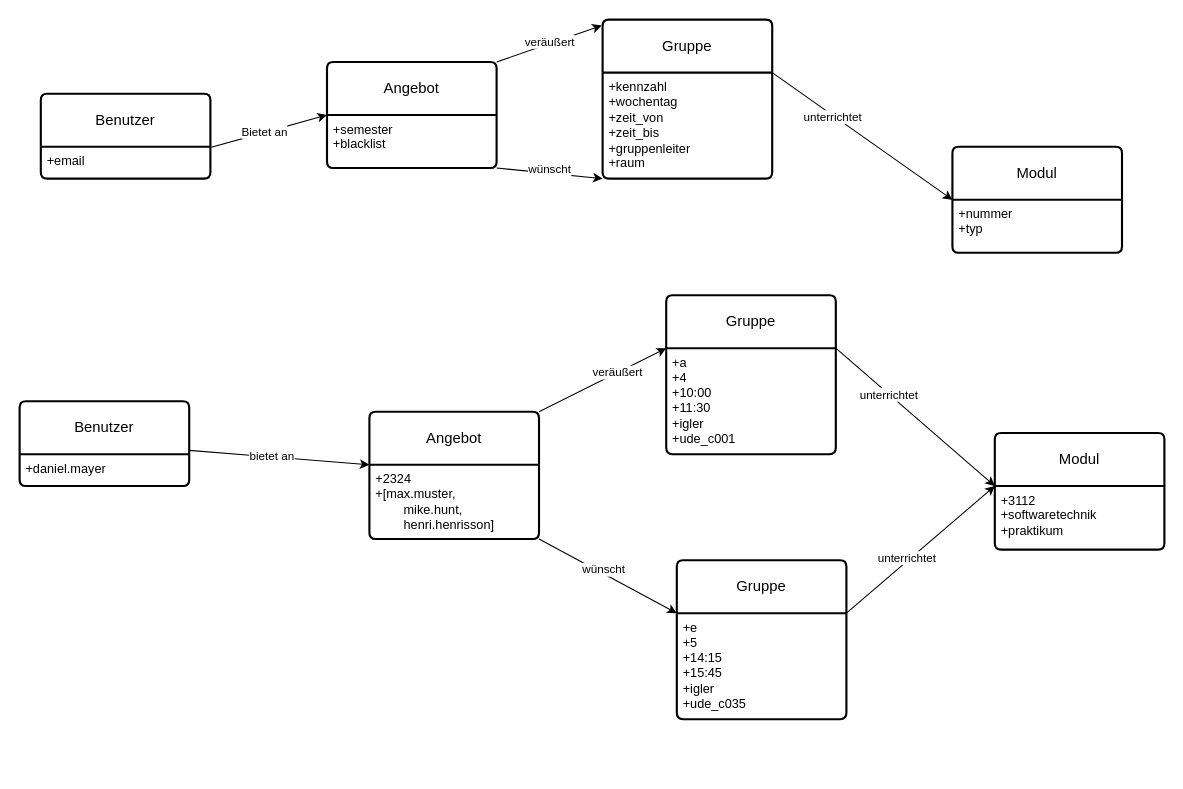
Jacinto-S/VeranstaltungsTauschboerse keeps this draw.io diagram as page "Datengraph" (3 of 6) of design/Designidee.drawio. Above is the earlier version. Source tidied: cells renumbered, new cells numbered last; positions are measured from the earlier drawing's top-left corner, leaving out a move shared by most shapes. Both pictures are drawn from the tidied source at 106%, with x=0, y=0 at pixel (19, 19).
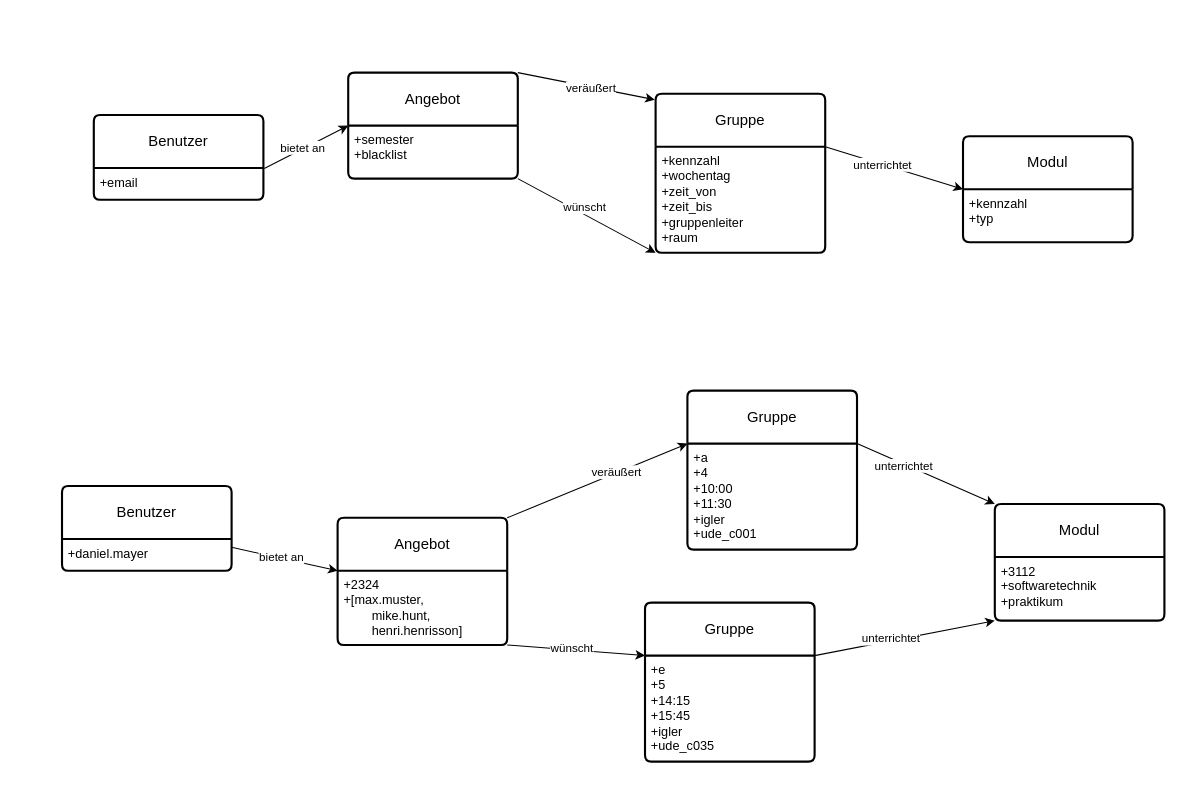
The same diagram, later.

The change refers to these unchanged cells:
```xml
<mxCell id="2" style="rounded=0;jettySize=auto;html=1;entryX=0;entryY=0.5;entryDx=0;entryDy=0;exitX=1.005;exitY=0.631;exitDx=0;exitDy=0;exitPerimeter=0;" parent="1" edge="1" source="4" target="9">
  <mxGeometry relative="1" as="geometry" />
</mxCell>
<mxCell id="7" value="&lt;div&gt;+kennzahl&lt;/div&gt;&lt;div&gt;+wochentag&lt;br&gt;&lt;/div&gt;&lt;div&gt;+zeit_von&lt;/div&gt;&lt;div&gt;+zeit_bis&lt;br&gt;&lt;/div&gt;&lt;div&gt;+gruppenleiter&lt;/div&gt;&lt;div&gt;+raum&lt;br&gt;&lt;/div&gt;" style="align=left;strokeColor=none;fillColor=none;spacingLeft=4;fontSize=12;verticalAlign=top;html=1;" parent="6" vertex="1">
  <mxGeometry y="50" width="160" height="100" as="geometry" />
</mxCell>
<mxCell id="23" value="&lt;div&gt;+a&lt;/div&gt;&lt;div&gt;+4&lt;br&gt;&lt;/div&gt;&lt;div&gt;+10:00&lt;/div&gt;&lt;div&gt;+11:30&lt;br&gt;&lt;/div&gt;&lt;div&gt;+igler&lt;/div&gt;&lt;div&gt;+ude_c001&lt;br&gt;&lt;/div&gt;" style="align=left;strokeColor=none;fillColor=none;spacingLeft=4;fontSize=12;verticalAlign=top;html=1;" parent="22" vertex="1">
  <mxGeometry y="50" width="160" height="100" as="geometry" />
</mxCell>
<mxCell id="32" value="&lt;div&gt;+3112&lt;/div&gt;&lt;div&gt;+softwaretechnik&lt;br&gt;&lt;/div&gt;&lt;div&gt;+praktikum&lt;/div&gt;" style="align=left;strokeColor=none;fillColor=none;spacingLeft=4;fontSize=12;verticalAlign=top;html=1;" parent="31" vertex="1">
  <mxGeometry y="50" width="160" height="60" as="geometry" />
</mxCell>
<mxCell id="37" value="&lt;div&gt;+e&lt;/div&gt;&lt;div&gt;+5&lt;/div&gt;&lt;div&gt;+14:15&lt;/div&gt;&lt;div&gt;+15:45&lt;br&gt;&lt;/div&gt;&lt;div&gt;+igler&lt;/div&gt;&lt;div&gt;+ude_c035&lt;br&gt;&lt;/div&gt;" style="align=left;strokeColor=none;fillColor=none;spacingLeft=4;fontSize=12;verticalAlign=top;html=1;" parent="36" vertex="1">
  <mxGeometry y="50" width="160" height="100" as="geometry" />
</mxCell>
```

What changed in the source:
```diff
@@
-    <mxCell id="3" value="Bietet an" style="edgeLabel;html=1;align=center;verticalAlign=middle;" parent="2" vertex="1">
+    <mxCell id="3" value="bietet an" style="edgeLabel;html=1;align=center;verticalAlign=middle;" parent="2" vertex="1">
       <mxGeometry x="-0.08" y="1" relative="1" as="geometry" />
     </mxCell>
     <mxCell id="4" value="Benutzer" style="swimlane;horizontal=1;startSize=50;rounded=1;fontSize=14;fontStyle=0;strokeWidth=2;shadow=0;dashed=0;align=center;arcSize=4;whiteSpace=wrap;html=1;" parent="1" vertex="1">
-      <mxGeometry x="20" y="70" width="160" height="80" as="geometry" />
+      <mxGeometry x="70" y="90" width="160" height="80" as="geometry" />
     </mxCell>
@@
     <mxCell id="6" value="Gruppe" style="swimlane;horizontal=1;startSize=50;rounded=1;fontSize=14;fontStyle=0;strokeWidth=2;shadow=0;dashed=0;align=center;arcSize=4;whiteSpace=wrap;html=1;" parent="1" vertex="1">
-      <mxGeometry x="550" width="160" height="150" as="geometry" />
+      <mxGeometry x="600" y="70" width="160" height="150" as="geometry" />
     </mxCell>
@@
     <mxCell id="9" value="Angebot" style="swimlane;horizontal=1;startSize=50;rounded=1;fontSize=14;fontStyle=0;strokeWidth=2;shadow=0;dashed=0;align=center;arcSize=4;whiteSpace=wrap;html=1;" parent="1" vertex="1">
-      <mxGeometry x="290" y="40" width="160" height="100" as="geometry" />
+      <mxGeometry x="310" y="50" width="160" height="100" as="geometry" />
     </mxCell>
@@
     <mxCell id="13" value="Modul" style="swimlane;horizontal=1;startSize=50;rounded=1;fontSize=14;fontStyle=0;strokeWidth=2;shadow=0;dashed=0;align=center;arcSize=4;whiteSpace=wrap;html=1;" parent="1" vertex="1">
-      <mxGeometry x="880" y="120" width="160" height="100" as="geometry" />
+      <mxGeometry x="890" y="110" width="160" height="100" as="geometry" />
     </mxCell>
-    <mxCell id="14" value="+nummer&lt;div&gt;+typ&lt;/div&gt;" style="align=left;strokeColor=none;fillColor=none;spacingLeft=4;fontSize=12;verticalAlign=top;html=1;" parent="13" vertex="1">
+    <mxCell id="14" value="+kennzahl&lt;div&gt;+typ&lt;/div&gt;" style="align=left;strokeColor=none;fillColor=none;spacingLeft=4;fontSize=12;verticalAlign=top;html=1;" parent="13" vertex="1">
       <mxGeometry y="50" width="160" height="50" as="geometry" />
     </mxCell>
@@
-    <mxCell id="16" style="rounded=0;jettySize=auto;html=1;entryX=0;entryY=0;entryDx=0;entryDy=0;exitX=1;exitY=0;exitDx=0;exitDy=0;" parent="1" edge="1" source="7" target="14">
-      <mxGeometry relative="1" as="geometry" />
-    </mxCell>
-    <mxCell id="17" value="unterrichtet" style="edgeLabel;html=1;align=center;verticalAlign=middle;" parent="16" vertex="1">
-      <mxGeometry x="-0.33" y="-1" relative="1" as="geometry" />
-    </mxCell>
@@
     <mxCell id="20" value="Benutzer" style="swimlane;horizontal=1;startSize=50;rounded=1;fontSize=14;fontStyle=0;strokeWidth=2;shadow=0;dashed=0;align=center;arcSize=4;whiteSpace=wrap;html=1;" parent="1" vertex="1">
-      <mxGeometry y="360" width="160" height="80" as="geometry" />
+      <mxGeometry x="40" y="440" width="160" height="80" as="geometry" />
     </mxCell>
@@
     <mxCell id="22" value="Gruppe" style="swimlane;horizontal=1;startSize=50;rounded=1;fontSize=14;fontStyle=0;strokeWidth=2;shadow=0;dashed=0;align=center;arcSize=4;whiteSpace=wrap;html=1;" parent="1" vertex="1">
-      <mxGeometry x="610" y="260" width="160" height="150" as="geometry" />
+      <mxGeometry x="630" y="350" width="160" height="150" as="geometry" />
     </mxCell>
@@
     <mxCell id="27" value="Angebot" style="swimlane;horizontal=1;startSize=50;rounded=1;fontSize=14;fontStyle=0;strokeWidth=2;shadow=0;dashed=0;align=center;arcSize=4;whiteSpace=wrap;html=1;" parent="1" vertex="1">
-      <mxGeometry x="330" y="370" width="160" height="120" as="geometry" />
+      <mxGeometry x="300" y="470" width="160" height="120" as="geometry" />
     </mxCell>
@@
     <mxCell id="31" value="Modul" style="swimlane;horizontal=1;startSize=50;rounded=1;fontSize=14;fontStyle=0;strokeWidth=2;shadow=0;dashed=0;align=center;arcSize=4;whiteSpace=wrap;html=1;" parent="1" vertex="1">
-      <mxGeometry x="920" y="390" width="160" height="110" as="geometry" />
+      <mxGeometry x="920" y="457" width="160" height="110" as="geometry" />
     </mxCell>
@@
-    <mxCell id="34" style="rounded=0;jettySize=auto;html=1;entryX=0;entryY=0;entryDx=0;entryDy=0;exitX=1;exitY=0;exitDx=0;exitDy=0;" parent="1" edge="1" source="23" target="32">
+    <mxCell id="34" style="rounded=0;jettySize=auto;html=1;entryX=0;entryY=0;entryDx=0;entryDy=0;exitX=1;exitY=0;exitDx=0;exitDy=0;" parent="1" edge="1" source="23" target="31">
       <mxGeometry relative="1" as="geometry" />
     </mxCell>
@@
     <mxCell id="36" value="Gruppe" style="swimlane;horizontal=1;startSize=50;rounded=1;fontSize=14;fontStyle=0;strokeWidth=2;shadow=0;dashed=0;align=center;arcSize=4;whiteSpace=wrap;html=1;" parent="1" vertex="1">
-      <mxGeometry x="620" y="510" width="160" height="150" as="geometry" />
+      <mxGeometry x="590" y="550" width="160" height="150" as="geometry" />
     </mxCell>
@@
-    <mxCell id="39" style="rounded=0;jettySize=auto;html=1;entryX=0;entryY=0;entryDx=0;entryDy=0;exitX=1;exitY=0;exitDx=0;exitDy=0;" parent="1" edge="1" source="37" target="32">
+    <mxCell id="39" style="rounded=0;jettySize=auto;html=1;entryX=0;entryY=1;entryDx=0;entryDy=0;exitX=1;exitY=0;exitDx=0;exitDy=0;" parent="1" edge="1" source="37" target="32">
       <mxGeometry relative="1" as="geometry" />
     </mxCell>
@@
+    <mxCell id="16" style="edgeStyle=none;html=1;entryX=0;entryY=0;entryDx=0;entryDy=0;exitX=1;exitY=0;exitDx=0;exitDy=0;" parent="1" edge="1" source="7" target="14">
+      <mxGeometry relative="1" as="geometry" />
+    </mxCell>
+    <mxCell id="17" value="unterrichtet" style="edgeLabel;html=1;align=center;verticalAlign=middle;" parent="16" vertex="1">
+      <mxGeometry x="-0.17" relative="1" as="geometry" />
+    </mxCell>
```
